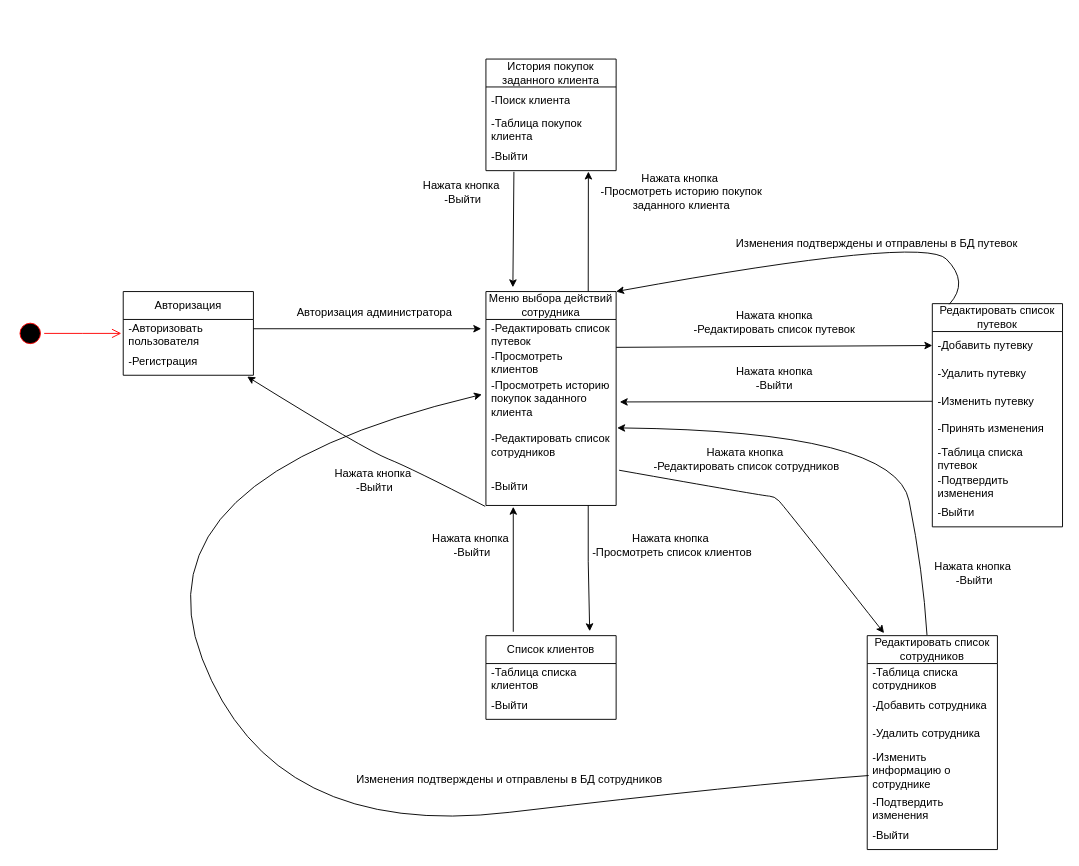
Earlier version of the draw.io diagram Диаграмма переходов АДМИНИСТРАТОР.drawio (Korobkov124/Interface-layout.Task4). Source tidied: cells renumbered, new cells numbered last; positions are measured from the earlier drawing's top-left corner, leaving out a move shared by most shapes. Both pictures are drawn from the tidied source at 93%, with x=0, y=0 at pixel (16, 59).
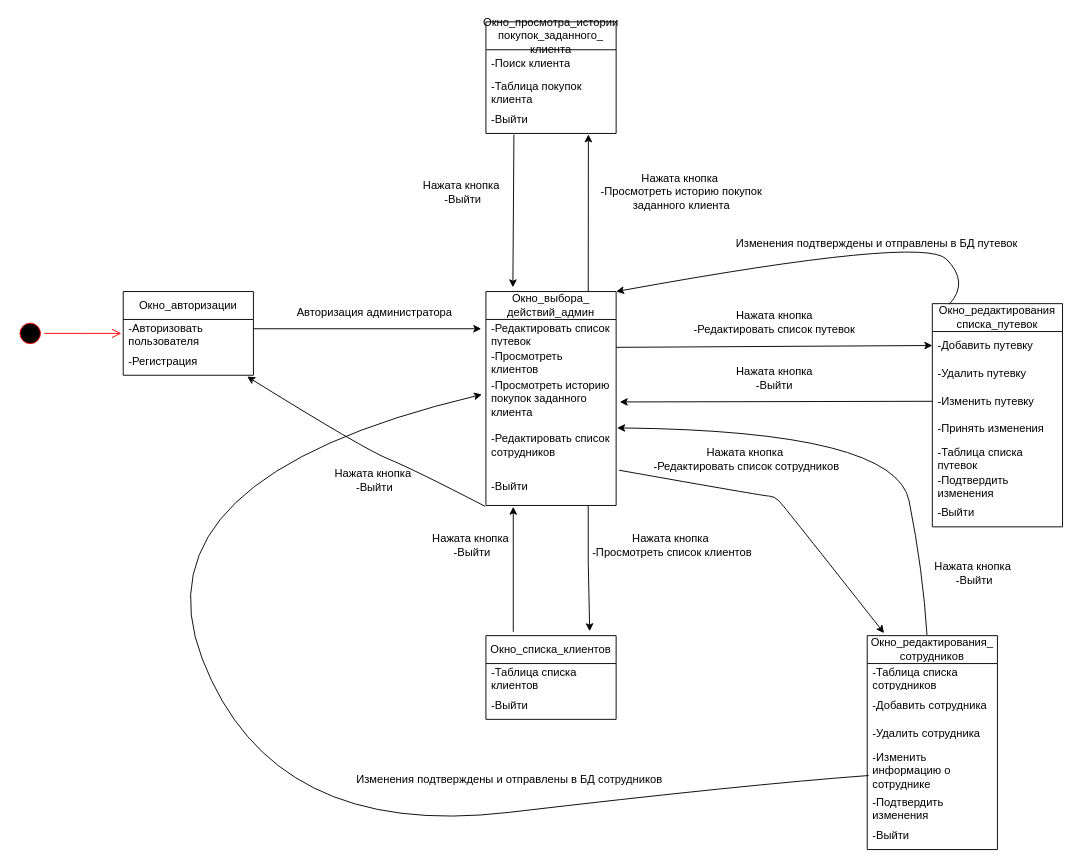
Above is the later version.

What changed in the source:
```diff
@@
-    <mxCell id="4" value="Авторизация" style="swimlane;fontStyle=0;horizontal=1;startSize=30;whiteSpace=wrap;html=1;" parent="1" vertex="1">
+    <mxCell id="4" value="Окно_авторизации" style="swimlane;fontStyle=0;horizontal=1;startSize=30;whiteSpace=wrap;html=1;" parent="1" vertex="1">
       <mxGeometry x="115" y="250" width="140" height="90" as="geometry" />
     </mxCell>
@@
-    <mxCell id="7" value="Меню выбора действий сотрудника" style="swimlane;fontStyle=0;horizontal=1;startSize=30;whiteSpace=wrap;html=1;" parent="1" vertex="1">
+    <mxCell id="7" value="Окно_выбора_&lt;br&gt;действий_админ" style="swimlane;fontStyle=0;horizontal=1;startSize=30;whiteSpace=wrap;html=1;" parent="1" vertex="1">
       <mxGeometry x="505" y="250" width="140" height="230" as="geometry" />
     </mxCell>
@@
-    <mxCell id="18" value="Редактировать список путевок" style="swimlane;fontStyle=0;horizontal=1;startSize=30;whiteSpace=wrap;html=1;" parent="1" vertex="1">
+    <mxCell id="18" value="Окно_редактирования&lt;br&gt;списка_путевок" style="swimlane;fontStyle=0;horizontal=1;startSize=30;whiteSpace=wrap;html=1;" parent="1" vertex="1">
       <mxGeometry x="985" y="263" width="140" height="240" as="geometry" />
     </mxCell>
@@
-    <mxCell id="32" value="Список клиентов" style="swimlane;fontStyle=0;horizontal=1;startSize=30;whiteSpace=wrap;html=1;" parent="1" vertex="1">
+    <mxCell id="32" value="Окно_списка_клиентов" style="swimlane;fontStyle=0;horizontal=1;startSize=30;whiteSpace=wrap;html=1;" parent="1" vertex="1">
       <mxGeometry x="505" y="620" width="140" height="90" as="geometry" />
     </mxCell>
@@
-    <mxCell id="38" value="История покупок заданного клиента" style="swimlane;fontStyle=0;horizontal=1;startSize=30;whiteSpace=wrap;html=1;" parent="1" vertex="1">
-      <mxGeometry x="505" width="140" height="120" as="geometry" />
+    <mxCell id="38" value="Окно_просмотра_истории&lt;br&gt;покупок_заданного_&lt;br&gt;клиента" style="swimlane;fontStyle=0;horizontal=1;startSize=30;whiteSpace=wrap;html=1;" parent="1" vertex="1">
+      <mxGeometry x="505" y="-40" width="140" height="120" as="geometry" />
     </mxCell>
@@
-    <mxCell id="46" value="Редактировать список сотрудников" style="swimlane;fontStyle=0;horizontal=1;startSize=30;whiteSpace=wrap;html=1;" parent="1" vertex="1">
+    <mxCell id="46" value="Окно_редактирования_&lt;br&gt;сотрудников" style="swimlane;fontStyle=0;horizontal=1;startSize=30;whiteSpace=wrap;html=1;" parent="1" vertex="1">
       <mxGeometry x="915" y="620" width="140" height="230" as="geometry" />
     </mxCell>
```
